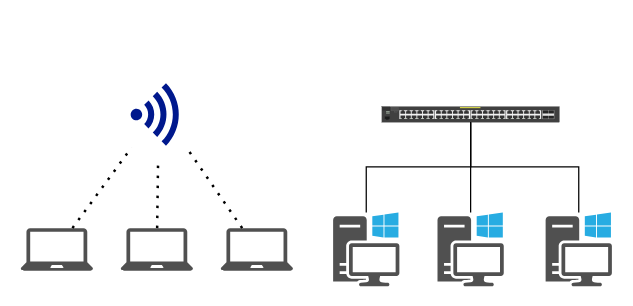
The draw.io diagram page "Page-2" (2 of 2) of bsf拓扑.drawio in lhongbei/lhongbei, before the edit. Source tidied: cells renumbered, new cells numbered last; positions are measured from the earlier drawing's top-left corner, leaving out a move shared by most shapes. Both pictures are drawn from the tidied source at 125%, with x=0, y=0 at pixel (20, 82).
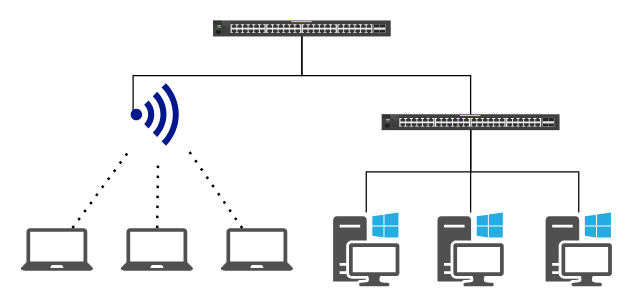
The same page after the edit.

Diff of the diagram source:
```diff
@@
-    <mxCell id="4" style="sketch=0;shadow=0;dashed=0;html=1;strokeColor=none;labelPosition=center;verticalLabelPosition=bottom;verticalAlign=top;align=center;fillColor=#00188D;shape=mxgraph.mscae.enterprise.wireless_connection;" parent="1" vertex="1">
-      <mxGeometry x="88" width="42" height="50" as="geometry" />
-    </mxCell>
@@
     <mxCell id="12" style="html=1;verticalLabelPosition=bottom;verticalAlign=top;outlineConnect=0;shadow=0;dashed=0;shape=mxgraph.rack.hpe_aruba.switches.j9772a_2530_48g_poeplus_switch;" parent="1" vertex="1">
-      <mxGeometry x="289" y="18.8" width="142" height="12.5" as="geometry" />
+      <mxGeometry x="289" y="25" width="142" height="12.5" as="geometry" />
     </mxCell>
@@
+    <mxCell id="16" style="html=1;verticalLabelPosition=bottom;verticalAlign=top;outlineConnect=0;shadow=0;dashed=0;shape=mxgraph.rack.hpe_aruba.switches.j9772a_2530_48g_poeplus_switch;" parent="1" vertex="1">
+      <mxGeometry x="154" y="-50" width="142" height="12.5" as="geometry" />
+    </mxCell>
+    <mxCell id="17" style="edgeStyle=elbowEdgeStyle;elbow=vertical;endArrow=none;html=1;rounded=0;endFill=0;" parent="1" edge="1" target="16">
+      <mxGeometry relative="1" as="geometry">
+        <mxPoint x="90" y="25" as="sourcePoint" />
+      </mxGeometry>
+    </mxCell>
+    <mxCell id="18" style="edgeStyle=elbowEdgeStyle;elbow=vertical;endArrow=none;html=1;rounded=0;endFill=0;" parent="1" edge="1" source="12" target="16">
+      <mxGeometry relative="1" as="geometry" />
+    </mxCell>
+    <mxCell id="4" style="sketch=0;shadow=0;dashed=0;html=1;strokeColor=none;labelPosition=center;verticalLabelPosition=bottom;verticalAlign=top;align=center;fillColor=#00188D;shape=mxgraph.mscae.enterprise.wireless_connection;" parent="1" vertex="1">
+      <mxGeometry x="88" width="42" height="50" as="geometry" />
+    </mxCell>
```
